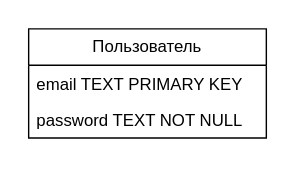
The draw.io diagram Задание 1/Мини задание 1-Диаграмма классов.drawio.svg in BaevDaniil/micro_design, before a commit. Source tidied: cells renumbered, new cells last; positions are measured from the earlier drawing's top-left corner, leaving out a move shared by most shapes. Source of this version:
```xml
<mxGraphModel>
  <root>
    <mxCell id="0" />
    <mxCell id="1" parent="0" />
    <mxCell id="2" value="Пользователь" style="swimlane;fontStyle=0;horizontal=1;startSize=26;fillColor=none;whiteSpace=wrap;html=1;" parent="1" vertex="1">
      <mxGeometry width="170" height="78" as="geometry" />
    </mxCell>
    <mxCell id="3" value="email TEXT&amp;nbsp;PRIMARY KEY" style="text;strokeColor=none;fillColor=none;align=left;verticalAlign=top;spacingLeft=4;spacingRight=4;overflow=hidden;whiteSpace=wrap;html=1;" parent="2" vertex="1">
      <mxGeometry y="26" width="170" height="26" as="geometry" />
    </mxCell>
    <mxCell id="4" value="password TEXT NOT NULL" style="text;strokeColor=none;fillColor=none;align=left;verticalAlign=top;spacingLeft=4;spacingRight=4;overflow=hidden;whiteSpace=wrap;html=1;" parent="2" vertex="1">
      <mxGeometry y="52" width="170" height="26" as="geometry" />
    </mxCell>
  </root>
</mxGraphModel>
```
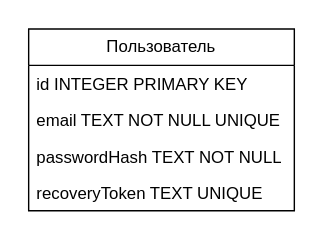
Above is the later version.

What changed in the source:
```diff
@@ -3,13 +3,19 @@
     <mxCell id="0" />
     <mxCell id="1" parent="0" />
     <mxCell id="2" value="Пользователь" style="swimlane;fontStyle=0;horizontal=1;startSize=26;fillColor=none;whiteSpace=wrap;html=1;" parent="1" vertex="1">
-      <mxGeometry width="170" height="78" as="geometry" />
+      <mxGeometry width="190" height="130" as="geometry" />
     </mxCell>
+    <mxCell id="5" value="id INTEGER PRIMARY KEY" style="text;strokeColor=none;fillColor=none;align=left;verticalAlign=top;spacingLeft=4;spacingRight=4;overflow=hidden;whiteSpace=wrap;html=1;" parent="2" vertex="1">
+      <mxGeometry y="26" width="190" height="26" as="geometry" />
+    </mxCell>
-    <mxCell id="3" value="email TEXT&amp;nbsp;PRIMARY KEY" style="text;strokeColor=none;fillColor=none;align=left;verticalAlign=top;spacingLeft=4;spacingRight=4;overflow=hidden;whiteSpace=wrap;html=1;" parent="2" vertex="1">
-      <mxGeometry y="26" width="170" height="26" as="geometry" />
+    <mxCell id="3" value="email TEXT NOT NULL UNIQUE" style="text;strokeColor=none;fillColor=none;align=left;verticalAlign=top;spacingLeft=4;spacingRight=4;overflow=hidden;whiteSpace=wrap;html=1;" parent="2" vertex="1">
+      <mxGeometry y="52" width="190" height="26" as="geometry" />
     </mxCell>
-    <mxCell id="4" value="password TEXT NOT NULL" style="text;strokeColor=none;fillColor=none;align=left;verticalAlign=top;spacingLeft=4;spacingRight=4;overflow=hidden;whiteSpace=wrap;html=1;" parent="2" vertex="1">
-      <mxGeometry y="52" width="170" height="26" as="geometry" />
+    <mxCell id="4" value="passwordHash TEXT NOT NULL" style="text;strokeColor=none;fillColor=none;align=left;verticalAlign=top;spacingLeft=4;spacingRight=4;overflow=hidden;whiteSpace=wrap;html=1;" parent="2" vertex="1">
+      <mxGeometry y="78" width="190" height="26" as="geometry" />
     </mxCell>
+    <mxCell id="6" value="recoveryToken TEXT UNIQUE" style="text;strokeColor=none;fillColor=none;align=left;verticalAlign=top;spacingLeft=4;spacingRight=4;overflow=hidden;whiteSpace=wrap;html=1;" parent="2" vertex="1">
+      <mxGeometry y="104" width="190" height="26" as="geometry" />
+    </mxCell>
   </root>
 </mxGraphModel>
```
